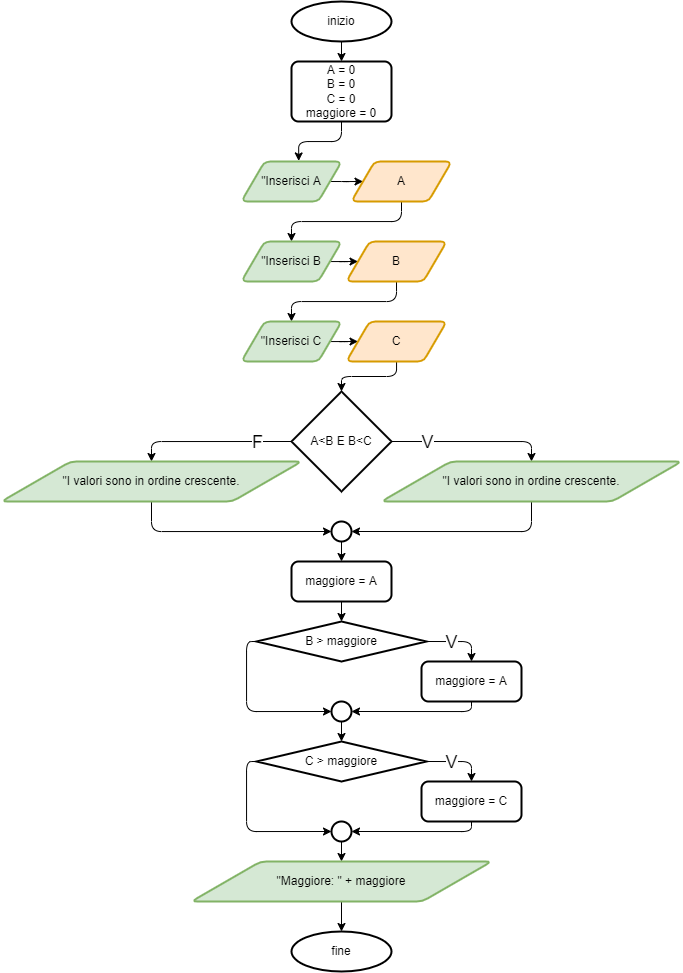
Earlier version of the draw.io export 3a/Informatica/UD 1 - FlowChart to C/221105_Correttore/e1Flow.png (CescoP81/GalileiOstiglia). Source tidied: cells renumbered, new cells last; positions are measured from the earlier drawing's top-left corner, leaving out a move shared by most shapes. Source of this version:
```xml
<mxGraphModel>
  <root>
    <mxCell id="0" />
    <mxCell id="1" parent="0" />
    <mxCell id="2" style="edgeStyle=none;html=1;entryX=0.5;entryY=0;entryDx=0;entryDy=0;" parent="1" edge="1" source="3" target="7">
      <mxGeometry relative="1" as="geometry" />
    </mxCell>
    <mxCell id="3" value="inizio" style="strokeWidth=2;html=1;shape=mxgraph.flowchart.start_1;whiteSpace=wrap;" parent="1" vertex="1">
      <mxGeometry x="290" width="100" height="40" as="geometry" />
    </mxCell>
    <mxCell id="4" style="edgeStyle=orthogonalEdgeStyle;html=1;exitX=1;exitY=0.5;exitDx=0;exitDy=0;entryX=0;entryY=0.5;entryDx=0;entryDy=0;" parent="1" edge="1" source="5" target="9">
      <mxGeometry relative="1" as="geometry" />
    </mxCell>
    <mxCell id="5" value="&quot;Inserisci A" style="shape=parallelogram;html=1;strokeWidth=2;perimeter=parallelogramPerimeter;whiteSpace=wrap;rounded=1;arcSize=12;size=0.23;fillColor=#d5e8d4;strokeColor=#82b366;" parent="1" vertex="1">
      <mxGeometry x="240" y="160" width="100" height="40" as="geometry" />
    </mxCell>
    <mxCell id="6" style="edgeStyle=orthogonalEdgeStyle;html=1;exitX=0.5;exitY=1;exitDx=0;exitDy=0;entryX=0.572;entryY=-0.014;entryDx=0;entryDy=0;entryPerimeter=0;" parent="1" edge="1" source="7" target="5">
      <mxGeometry relative="1" as="geometry" />
    </mxCell>
    <mxCell id="7" value="A = 0&lt;br&gt;B = 0&lt;br&gt;C = 0&lt;br&gt;maggiore = 0" style="rounded=1;whiteSpace=wrap;html=1;absoluteArcSize=1;arcSize=14;strokeWidth=2;" parent="1" vertex="1">
      <mxGeometry x="290" y="60" width="100" height="60" as="geometry" />
    </mxCell>
    <mxCell id="8" style="edgeStyle=orthogonalEdgeStyle;html=1;exitX=0.5;exitY=1;exitDx=0;exitDy=0;" parent="1" edge="1" source="9" target="11">
      <mxGeometry relative="1" as="geometry" />
    </mxCell>
    <mxCell id="9" value="A" style="shape=parallelogram;html=1;strokeWidth=2;perimeter=parallelogramPerimeter;whiteSpace=wrap;rounded=1;arcSize=12;size=0.23;fillColor=#ffe6cc;strokeColor=#d79b00;" parent="1" vertex="1">
      <mxGeometry x="350" y="160" width="100" height="40" as="geometry" />
    </mxCell>
    <mxCell id="10" style="edgeStyle=orthogonalEdgeStyle;html=1;entryX=0;entryY=0.5;entryDx=0;entryDy=0;" parent="1" edge="1" source="11" target="13">
      <mxGeometry relative="1" as="geometry" />
    </mxCell>
    <mxCell id="11" value="&quot;Inserisci B" style="shape=parallelogram;html=1;strokeWidth=2;perimeter=parallelogramPerimeter;whiteSpace=wrap;rounded=1;arcSize=12;size=0.23;fillColor=#d5e8d4;strokeColor=#82b366;" parent="1" vertex="1">
      <mxGeometry x="240" y="240" width="100" height="40" as="geometry" />
    </mxCell>
    <mxCell id="12" style="edgeStyle=orthogonalEdgeStyle;html=1;entryX=0.5;entryY=0;entryDx=0;entryDy=0;exitX=0.5;exitY=1;exitDx=0;exitDy=0;" parent="1" edge="1" source="13" target="15">
      <mxGeometry relative="1" as="geometry" />
    </mxCell>
    <mxCell id="13" value="B" style="shape=parallelogram;html=1;strokeWidth=2;perimeter=parallelogramPerimeter;whiteSpace=wrap;rounded=1;arcSize=12;size=0.23;fillColor=#ffe6cc;strokeColor=#d79b00;" parent="1" vertex="1">
      <mxGeometry x="345" y="240" width="100" height="40" as="geometry" />
    </mxCell>
    <mxCell id="14" style="edgeStyle=orthogonalEdgeStyle;html=1;entryX=0;entryY=0.5;entryDx=0;entryDy=0;" parent="1" edge="1" source="15" target="17">
      <mxGeometry relative="1" as="geometry" />
    </mxCell>
    <mxCell id="15" value="&quot;Inserisci C" style="shape=parallelogram;html=1;strokeWidth=2;perimeter=parallelogramPerimeter;whiteSpace=wrap;rounded=1;arcSize=12;size=0.23;fillColor=#d5e8d4;strokeColor=#82b366;" parent="1" vertex="1">
      <mxGeometry x="240" y="320" width="100" height="40" as="geometry" />
    </mxCell>
    <mxCell id="16" style="edgeStyle=orthogonalEdgeStyle;html=1;entryX=0.5;entryY=0;entryDx=0;entryDy=0;entryPerimeter=0;" parent="1" edge="1" source="17" target="22">
      <mxGeometry relative="1" as="geometry" />
    </mxCell>
    <mxCell id="17" value="C" style="shape=parallelogram;html=1;strokeWidth=2;perimeter=parallelogramPerimeter;whiteSpace=wrap;rounded=1;arcSize=12;size=0.23;fillColor=#ffe6cc;strokeColor=#d79b00;" parent="1" vertex="1">
      <mxGeometry x="345" y="320" width="100" height="40" as="geometry" />
    </mxCell>
    <mxCell id="18" style="edgeStyle=orthogonalEdgeStyle;html=1;entryX=0.5;entryY=0;entryDx=0;entryDy=0;exitX=1;exitY=0.5;exitDx=0;exitDy=0;exitPerimeter=0;" parent="1" edge="1" source="22" target="24">
      <mxGeometry relative="1" as="geometry" />
    </mxCell>
    <mxCell id="19" value="V" style="edgeLabel;html=1;align=center;verticalAlign=middle;fontSize=18;" parent="18" vertex="1">
      <mxGeometry x="0.26" y="-1" relative="1" as="geometry">
        <mxPoint x="-66" y="-1" as="offset" />
      </mxGeometry>
    </mxCell>
    <mxCell id="20" style="edgeStyle=orthogonalEdgeStyle;html=1;entryX=0.5;entryY=0;entryDx=0;entryDy=0;exitX=0;exitY=0.5;exitDx=0;exitDy=0;exitPerimeter=0;" parent="1" edge="1" source="22" target="26">
      <mxGeometry relative="1" as="geometry" />
    </mxCell>
    <mxCell id="21" value="F" style="edgeLabel;html=1;align=center;verticalAlign=middle;fontSize=18;" parent="20" vertex="1">
      <mxGeometry x="-0.7" y="3" relative="1" as="geometry">
        <mxPoint x="-11" y="-3" as="offset" />
      </mxGeometry>
    </mxCell>
    <mxCell id="22" value="A&amp;lt;B E B&amp;lt;C" style="strokeWidth=2;html=1;shape=mxgraph.flowchart.decision;whiteSpace=wrap;" parent="1" vertex="1">
      <mxGeometry x="290" y="390" width="100" height="100" as="geometry" />
    </mxCell>
    <mxCell id="23" style="edgeStyle=orthogonalEdgeStyle;html=1;entryX=1;entryY=0.5;entryDx=0;entryDy=0;entryPerimeter=0;exitX=0.5;exitY=1;exitDx=0;exitDy=0;" parent="1" edge="1" source="24" target="28">
      <mxGeometry relative="1" as="geometry" />
    </mxCell>
    <mxCell id="24" value="&quot;I valori sono in ordine crescente." style="shape=parallelogram;html=1;strokeWidth=2;perimeter=parallelogramPerimeter;whiteSpace=wrap;rounded=1;arcSize=12;size=0.23;fillColor=#d5e8d4;strokeColor=#82b366;" parent="1" vertex="1">
      <mxGeometry x="380" y="460" width="300" height="40" as="geometry" />
    </mxCell>
    <mxCell id="25" style="edgeStyle=orthogonalEdgeStyle;html=1;entryX=0;entryY=0.5;entryDx=0;entryDy=0;entryPerimeter=0;exitX=0.5;exitY=1;exitDx=0;exitDy=0;" parent="1" edge="1" source="26" target="28">
      <mxGeometry relative="1" as="geometry" />
    </mxCell>
    <mxCell id="26" value="&quot;I valori sono in ordine crescente." style="shape=parallelogram;html=1;strokeWidth=2;perimeter=parallelogramPerimeter;whiteSpace=wrap;rounded=1;arcSize=12;size=0.23;fillColor=#d5e8d4;strokeColor=#82b366;" parent="1" vertex="1">
      <mxGeometry y="460" width="300" height="40" as="geometry" />
    </mxCell>
    <mxCell id="27" style="edgeStyle=orthogonalEdgeStyle;html=1;entryX=0.5;entryY=0;entryDx=0;entryDy=0;" parent="1" edge="1" source="28" target="30">
      <mxGeometry relative="1" as="geometry" />
    </mxCell>
    <mxCell id="28" style="strokeWidth=2;html=1;shape=mxgraph.flowchart.start_2;whiteSpace=wrap;" parent="1" vertex="1">
      <mxGeometry x="330" y="520" width="20" height="20" as="geometry" />
    </mxCell>
    <mxCell id="29" style="edgeStyle=orthogonalEdgeStyle;html=1;entryX=0.5;entryY=0;entryDx=0;entryDy=0;entryPerimeter=0;" parent="1" edge="1" source="30" target="34">
      <mxGeometry relative="1" as="geometry" />
    </mxCell>
    <mxCell id="30" value="maggiore = A" style="rounded=1;whiteSpace=wrap;html=1;absoluteArcSize=1;arcSize=14;strokeWidth=2;" parent="1" vertex="1">
      <mxGeometry x="290" y="560" width="100" height="40" as="geometry" />
    </mxCell>
    <mxCell id="31" style="edgeStyle=orthogonalEdgeStyle;html=1;entryX=0.5;entryY=0;entryDx=0;entryDy=0;exitX=1;exitY=0.5;exitDx=0;exitDy=0;exitPerimeter=0;" parent="1" edge="1" source="34" target="36">
      <mxGeometry relative="1" as="geometry" />
    </mxCell>
    <mxCell id="32" value="V" style="edgeLabel;html=1;align=center;verticalAlign=middle;fontSize=18;" parent="31" vertex="1">
      <mxGeometry x="-0.01" y="2" relative="1" as="geometry">
        <mxPoint x="-7" y="2" as="offset" />
      </mxGeometry>
    </mxCell>
    <mxCell id="33" style="edgeStyle=orthogonalEdgeStyle;html=1;entryX=0;entryY=0.5;entryDx=0;entryDy=0;entryPerimeter=0;exitX=0;exitY=0.5;exitDx=0;exitDy=0;exitPerimeter=0;" parent="1" edge="1" source="34" target="38">
      <mxGeometry relative="1" as="geometry" />
    </mxCell>
    <mxCell id="34" value="B &amp;gt; maggiore" style="strokeWidth=2;html=1;shape=mxgraph.flowchart.decision;whiteSpace=wrap;" parent="1" vertex="1">
      <mxGeometry x="255" y="620" width="170" height="40" as="geometry" />
    </mxCell>
    <mxCell id="35" style="edgeStyle=orthogonalEdgeStyle;html=1;entryX=1;entryY=0.5;entryDx=0;entryDy=0;entryPerimeter=0;exitX=0.5;exitY=1;exitDx=0;exitDy=0;" parent="1" edge="1" source="36" target="38">
      <mxGeometry relative="1" as="geometry" />
    </mxCell>
    <mxCell id="36" value="maggiore = A" style="rounded=1;whiteSpace=wrap;html=1;absoluteArcSize=1;arcSize=14;strokeWidth=2;" parent="1" vertex="1">
      <mxGeometry x="420" y="660" width="100" height="40" as="geometry" />
    </mxCell>
    <mxCell id="37" style="edgeStyle=orthogonalEdgeStyle;html=1;entryX=0.5;entryY=0;entryDx=0;entryDy=0;entryPerimeter=0;" parent="1" edge="1" source="38" target="42">
      <mxGeometry relative="1" as="geometry" />
    </mxCell>
    <mxCell id="38" style="strokeWidth=2;html=1;shape=mxgraph.flowchart.start_2;whiteSpace=wrap;" parent="1" vertex="1">
      <mxGeometry x="330" y="700" width="20" height="20" as="geometry" />
    </mxCell>
    <mxCell id="39" style="edgeStyle=orthogonalEdgeStyle;html=1;entryX=0.5;entryY=0;entryDx=0;entryDy=0;exitX=1;exitY=0.5;exitDx=0;exitDy=0;exitPerimeter=0;" parent="1" edge="1" source="42" target="44">
      <mxGeometry relative="1" as="geometry" />
    </mxCell>
    <mxCell id="40" value="V" style="edgeLabel;html=1;align=center;verticalAlign=middle;fontSize=18;" parent="39" vertex="1">
      <mxGeometry x="-0.01" y="2" relative="1" as="geometry">
        <mxPoint x="-7" y="2" as="offset" />
      </mxGeometry>
    </mxCell>
    <mxCell id="41" style="edgeStyle=orthogonalEdgeStyle;html=1;entryX=0;entryY=0.5;entryDx=0;entryDy=0;entryPerimeter=0;exitX=0;exitY=0.5;exitDx=0;exitDy=0;exitPerimeter=0;" parent="1" edge="1" source="42" target="46">
      <mxGeometry relative="1" as="geometry" />
    </mxCell>
    <mxCell id="42" value="C &amp;gt; maggiore" style="strokeWidth=2;html=1;shape=mxgraph.flowchart.decision;whiteSpace=wrap;" parent="1" vertex="1">
      <mxGeometry x="255" y="740" width="170" height="40" as="geometry" />
    </mxCell>
    <mxCell id="43" style="edgeStyle=orthogonalEdgeStyle;html=1;entryX=1;entryY=0.5;entryDx=0;entryDy=0;entryPerimeter=0;exitX=0.5;exitY=1;exitDx=0;exitDy=0;" parent="1" edge="1" source="44" target="46">
      <mxGeometry relative="1" as="geometry" />
    </mxCell>
    <mxCell id="44" value="maggiore = C" style="rounded=1;whiteSpace=wrap;html=1;absoluteArcSize=1;arcSize=14;strokeWidth=2;" parent="1" vertex="1">
      <mxGeometry x="420" y="780" width="100" height="40" as="geometry" />
    </mxCell>
    <mxCell id="45" style="edgeStyle=orthogonalEdgeStyle;html=1;entryX=0.5;entryY=0;entryDx=0;entryDy=0;" parent="1" edge="1" source="46" target="48">
      <mxGeometry relative="1" as="geometry" />
    </mxCell>
    <mxCell id="46" style="strokeWidth=2;html=1;shape=mxgraph.flowchart.start_2;whiteSpace=wrap;" parent="1" vertex="1">
      <mxGeometry x="330" y="820" width="20" height="20" as="geometry" />
    </mxCell>
    <mxCell id="47" style="edgeStyle=orthogonalEdgeStyle;html=1;entryX=0.5;entryY=0;entryDx=0;entryDy=0;entryPerimeter=0;" parent="1" edge="1" source="48" target="49">
      <mxGeometry relative="1" as="geometry" />
    </mxCell>
    <mxCell id="48" value="&quot;Maggiore: &quot; + maggiore" style="shape=parallelogram;html=1;strokeWidth=2;perimeter=parallelogramPerimeter;whiteSpace=wrap;rounded=1;arcSize=12;size=0.23;fillColor=#d5e8d4;strokeColor=#82b366;" parent="1" vertex="1">
      <mxGeometry x="190" y="860" width="300" height="40" as="geometry" />
    </mxCell>
    <mxCell id="49" value="fine" style="strokeWidth=2;html=1;shape=mxgraph.flowchart.start_1;whiteSpace=wrap;" parent="1" vertex="1">
      <mxGeometry x="290" y="930" width="100" height="40" as="geometry" />
    </mxCell>
  </root>
</mxGraphModel>
```
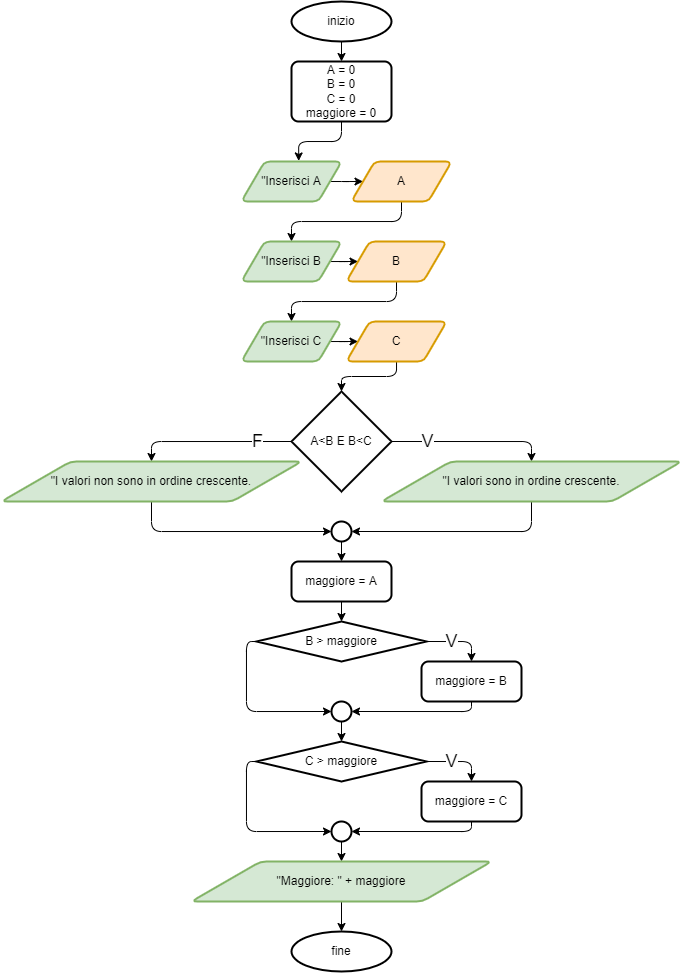
Above is the later version.

Diff of the diagram source:
```diff
@@ -78,7 +78,7 @@
     <mxCell id="25" style="edgeStyle=orthogonalEdgeStyle;html=1;entryX=0;entryY=0.5;entryDx=0;entryDy=0;entryPerimeter=0;exitX=0.5;exitY=1;exitDx=0;exitDy=0;" parent="1" edge="1" source="26" target="28">
       <mxGeometry relative="1" as="geometry" />
     </mxCell>
-    <mxCell id="26" value="&quot;I valori sono in ordine crescente." style="shape=parallelogram;html=1;strokeWidth=2;perimeter=parallelogramPerimeter;whiteSpace=wrap;rounded=1;arcSize=12;size=0.23;fillColor=#d5e8d4;strokeColor=#82b366;" parent="1" vertex="1">
+    <mxCell id="26" value="&quot;I valori non sono in ordine crescente." style="shape=parallelogram;html=1;strokeWidth=2;perimeter=parallelogramPerimeter;whiteSpace=wrap;rounded=1;arcSize=12;size=0.23;fillColor=#d5e8d4;strokeColor=#82b366;" parent="1" vertex="1">
       <mxGeometry y="460" width="300" height="40" as="geometry" />
     </mxCell>
     <mxCell id="27" style="edgeStyle=orthogonalEdgeStyle;html=1;entryX=0.5;entryY=0;entryDx=0;entryDy=0;" parent="1" edge="1" source="28" target="30">
@@ -110,7 +110,7 @@
     <mxCell id="35" style="edgeStyle=orthogonalEdgeStyle;html=1;entryX=1;entryY=0.5;entryDx=0;entryDy=0;entryPerimeter=0;exitX=0.5;exitY=1;exitDx=0;exitDy=0;" parent="1" edge="1" source="36" target="38">
       <mxGeometry relative="1" as="geometry" />
     </mxCell>
-    <mxCell id="36" value="maggiore = A" style="rounded=1;whiteSpace=wrap;html=1;absoluteArcSize=1;arcSize=14;strokeWidth=2;" parent="1" vertex="1">
+    <mxCell id="36" value="maggiore = B" style="rounded=1;whiteSpace=wrap;html=1;absoluteArcSize=1;arcSize=14;strokeWidth=2;" parent="1" vertex="1">
       <mxGeometry x="420" y="660" width="100" height="40" as="geometry" />
     </mxCell>
     <mxCell id="37" style="edgeStyle=orthogonalEdgeStyle;html=1;entryX=0.5;entryY=0;entryDx=0;entryDy=0;entryPerimeter=0;" parent="1" edge="1" source="38" target="42">
```
